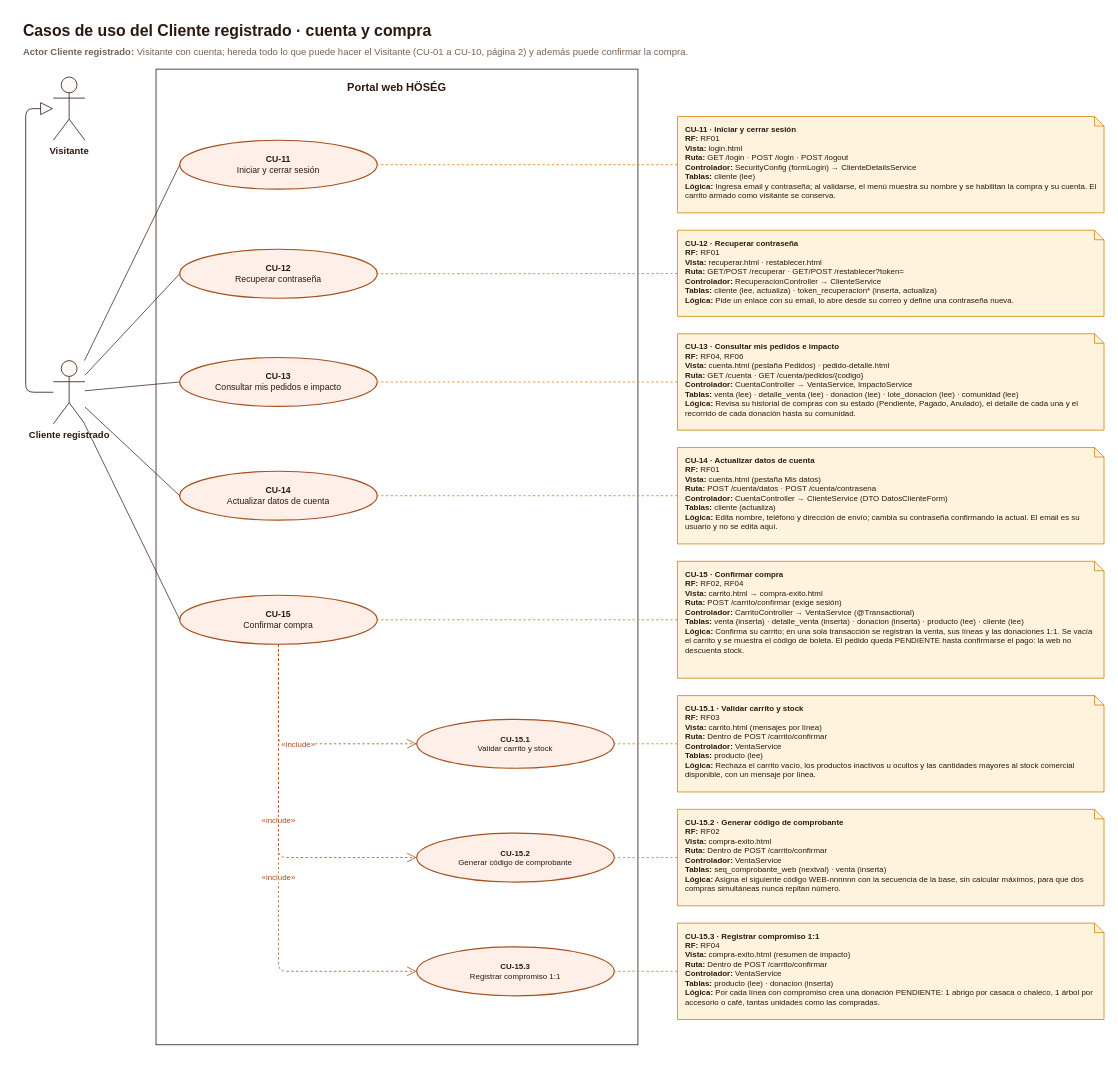
Arukxyz/H-seg_Store_Web_Project keeps this draw.io diagram as page "3 · Cliente registrado" (3 of 6) of docs/diagramas/casos-de-uso-web.drawio. Above is the earlier version. Source tidied: cells renumbered, new cells numbered last; positions are measured from the earlier drawing's top-left corner, leaving out a move shared by most shapes. Both pictures are drawn from the tidied source at 79%, with x=0, y=0 at pixel (21, 13).
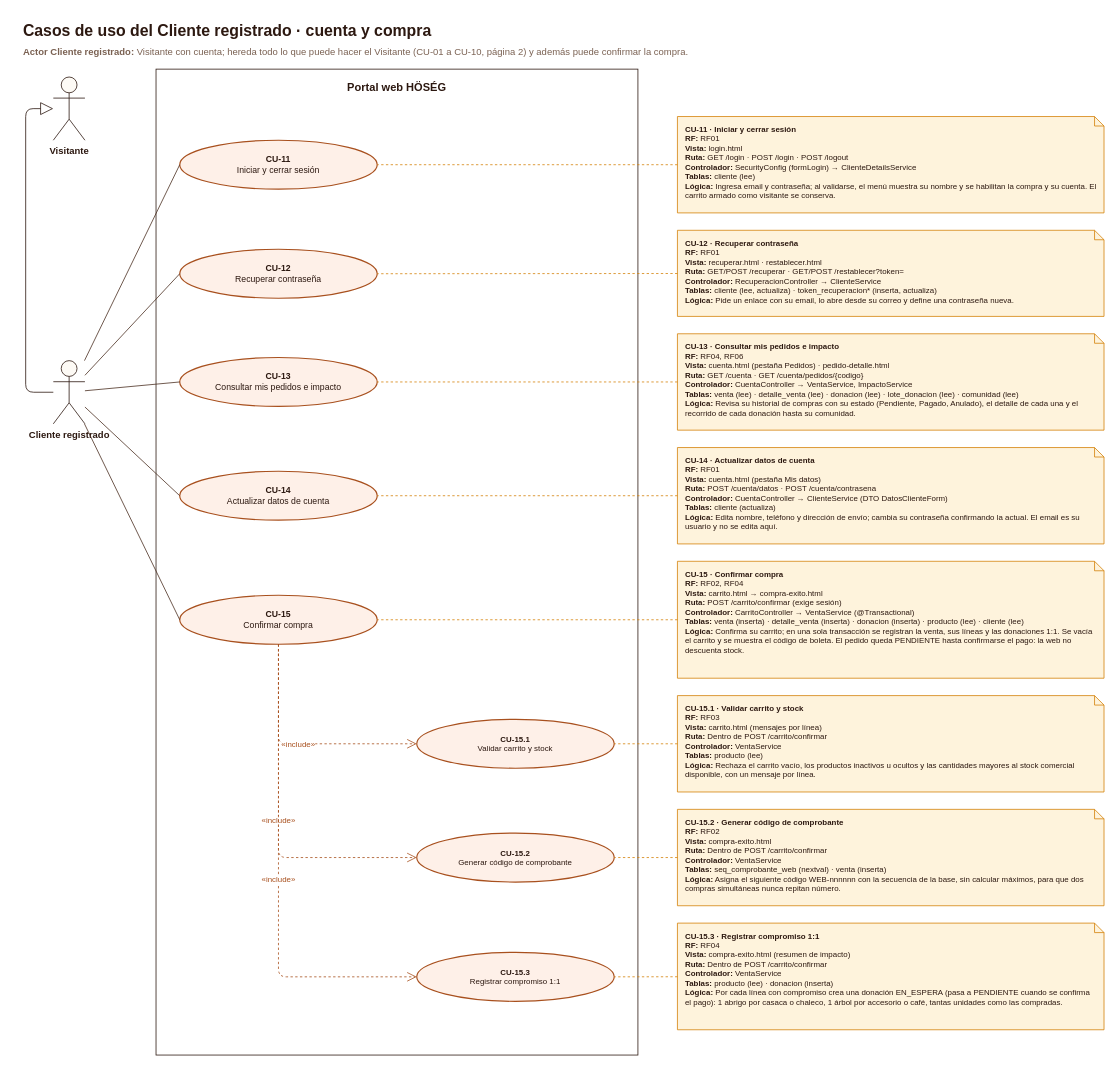
Above is the later version.

What changed in the source:
```diff
@@
     <mxCell id="4" value="Portal web HÖSÉG" style="rounded=0;whiteSpace=wrap;html=1;verticalAlign=top;align=center;fontStyle=1;fontSize=14;fillColor=#FFFFFF;strokeColor=#2C1810;fontColor=#2C1810;spacingTop=8;" parent="1" vertex="1">
-      <mxGeometry x="170" y="70" width="610" height="1235" as="geometry" />
+      <mxGeometry x="170" y="70" width="610" height="1248" as="geometry" />
     </mxCell>
@@
     <mxCell id="26" value="&lt;b&gt;CU-15.3&lt;/b&gt;&lt;br&gt;Registrar compromiso 1:1" style="ellipse;whiteSpace=wrap;html=1;fillColor=#FEF0E8;strokeColor=#A8501E;fontColor=#2C1810;strokeWidth=1.5;fontSize=10;" parent="4" vertex="1">
-      <mxGeometry x="330" y="1111" width="250" height="62" as="geometry" />
+      <mxGeometry x="330" y="1118" width="250" height="62" as="geometry" />
     </mxCell>
-    <mxCell id="27" value="&lt;b&gt;CU-15.3 · Registrar compromiso 1:1&lt;/b&gt;&lt;br&gt;&lt;b&gt;RF:&lt;/b&gt; RF04&lt;br&gt;&lt;b&gt;Vista:&lt;/b&gt; compra-exito.html (resumen de impacto)&lt;br&gt;&lt;b&gt;Ruta:&lt;/b&gt; Dentro de POST /carrito/confirmar&lt;br&gt;&lt;b&gt;Controlador:&lt;/b&gt; VentaService&lt;br&gt;&lt;b&gt;Tablas:&lt;/b&gt; producto (lee) · donacion (inserta)&lt;br&gt;&lt;b&gt;Lógica:&lt;/b&gt; Por cada línea con compromiso crea una donación PENDIENTE: 1 abrigo por casaca o chaleco, 1 árbol por accesorio o café, tantas unidades como las compradas." style="shape=note;whiteSpace=wrap;html=1;size=12;align=left;verticalAlign=top;spacingLeft=8;spacingRight=8;spacingTop=4;fontSize=10;fillColor=#FEF3DC;strokeColor=#D4820A;fontColor=#2C1810;" parent="1" vertex="1">
-      <mxGeometry x="830" y="1151" width="540" height="122" as="geometry" />
+    <mxCell id="27" value="&lt;b&gt;CU-15.3 · Registrar compromiso 1:1&lt;/b&gt;&lt;br&gt;&lt;b&gt;RF:&lt;/b&gt; RF04&lt;br&gt;&lt;b&gt;Vista:&lt;/b&gt; compra-exito.html (resumen de impacto)&lt;br&gt;&lt;b&gt;Ruta:&lt;/b&gt; Dentro de POST /carrito/confirmar&lt;br&gt;&lt;b&gt;Controlador:&lt;/b&gt; VentaService&lt;br&gt;&lt;b&gt;Tablas:&lt;/b&gt; producto (lee) · donacion (inserta)&lt;br&gt;&lt;b&gt;Lógica:&lt;/b&gt; Por cada línea con compromiso crea una donación EN_ESPERA (pasa a PENDIENTE cuando se confirma el pago): 1 abrigo por casaca o chaleco, 1 árbol por accesorio o café, tantas unidades como las compradas." style="shape=note;whiteSpace=wrap;html=1;size=12;align=left;verticalAlign=top;spacingLeft=8;spacingRight=8;spacingTop=4;fontSize=10;fillColor=#FEF3DC;strokeColor=#D4820A;fontColor=#2C1810;" parent="1" vertex="1">
+      <mxGeometry x="830" y="1151" width="540" height="135" as="geometry" />
     </mxCell>
```
